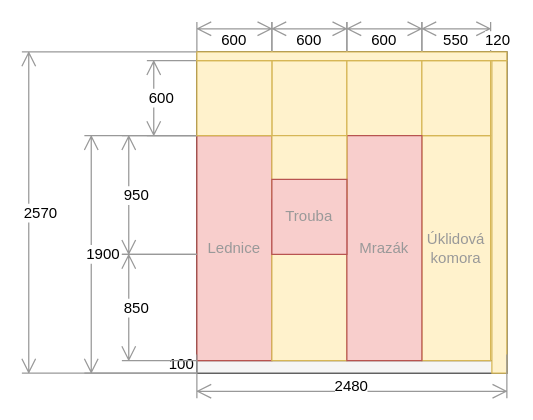
Above: docs/src/static/drawings/kitchen.wall-appliances.drawio in surquest/flat-renovation (draw.io), before the change. Source tidied: cells renumbered, new cells numbered last; positions are measured from the earlier drawing's top-left corner, leaving out a move shared by most shapes. Both pictures are drawn from the tidied source at 125%, with x=0, y=0 at pixel (21, 21).
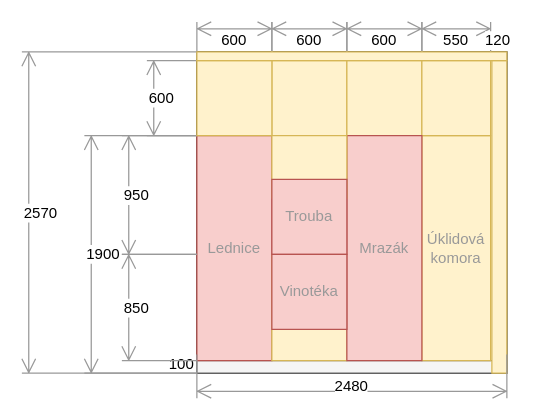
Above is the later version.

Commit message (it also covers changes not shown here):
Kitchen redesign

Diff of the diagram source:
```diff
@@
+    <mxCell id="28" value="Vinotéka" style="rounded=0;whiteSpace=wrap;html=1;fillColor=#f8cecc;strokeColor=#b85450;fontColor=#999999;" parent="1" vertex="1">
+      <mxGeometry x="200" y="186" width="60" height="60" as="geometry" />
+    </mxCell>
```
